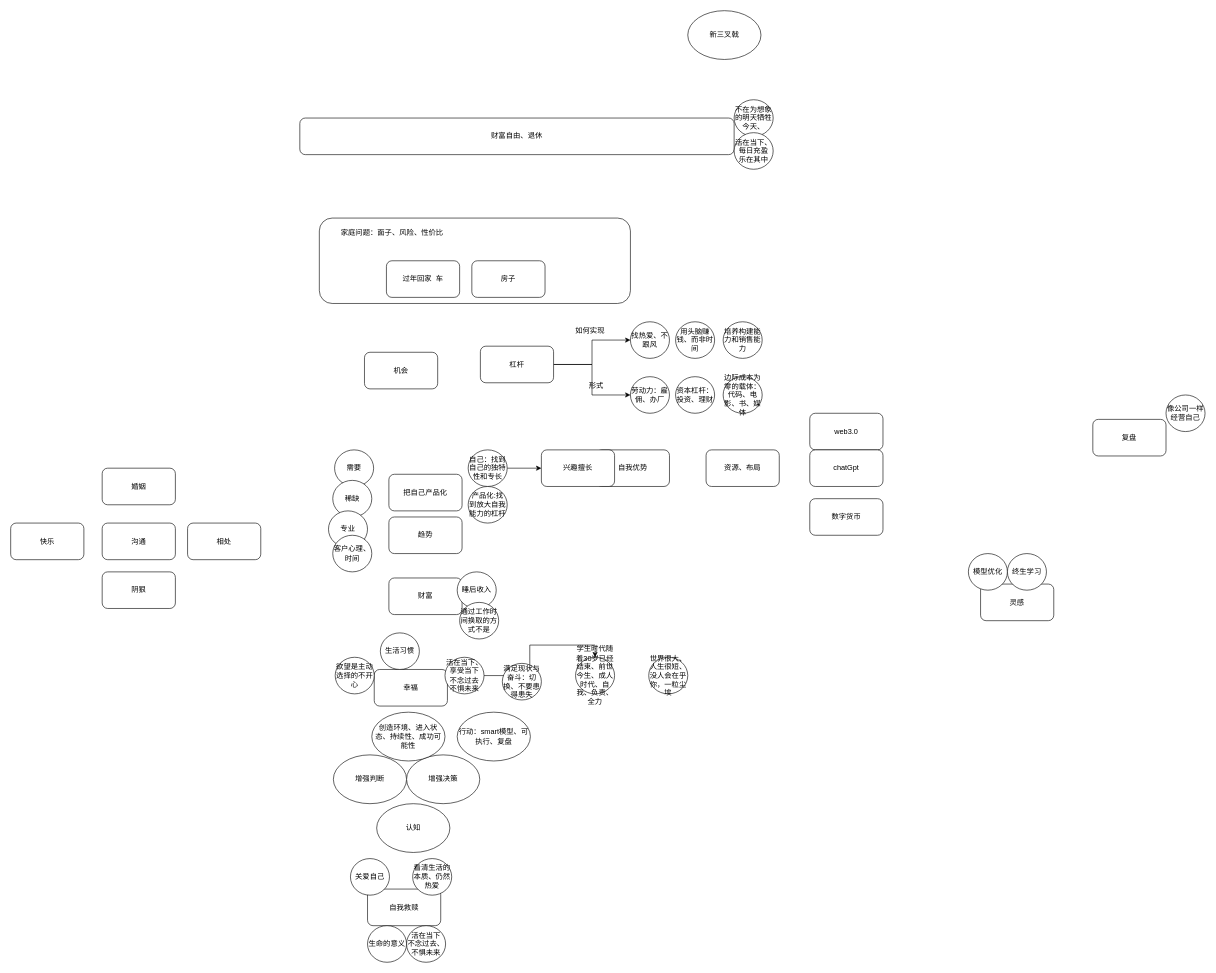
This is menus/财富幸福.drawio from Asamiyaa/microservice-k8s-yun, a draw.io file, before an edit. Source tidied: cells renumbered, new cells numbered last; positions are measured from the earlier drawing's top-left corner, leaving out a move shared by most shapes. Both pictures are drawn from the tidied source at 61%, with x=0, y=0 at pixel (10, 10).
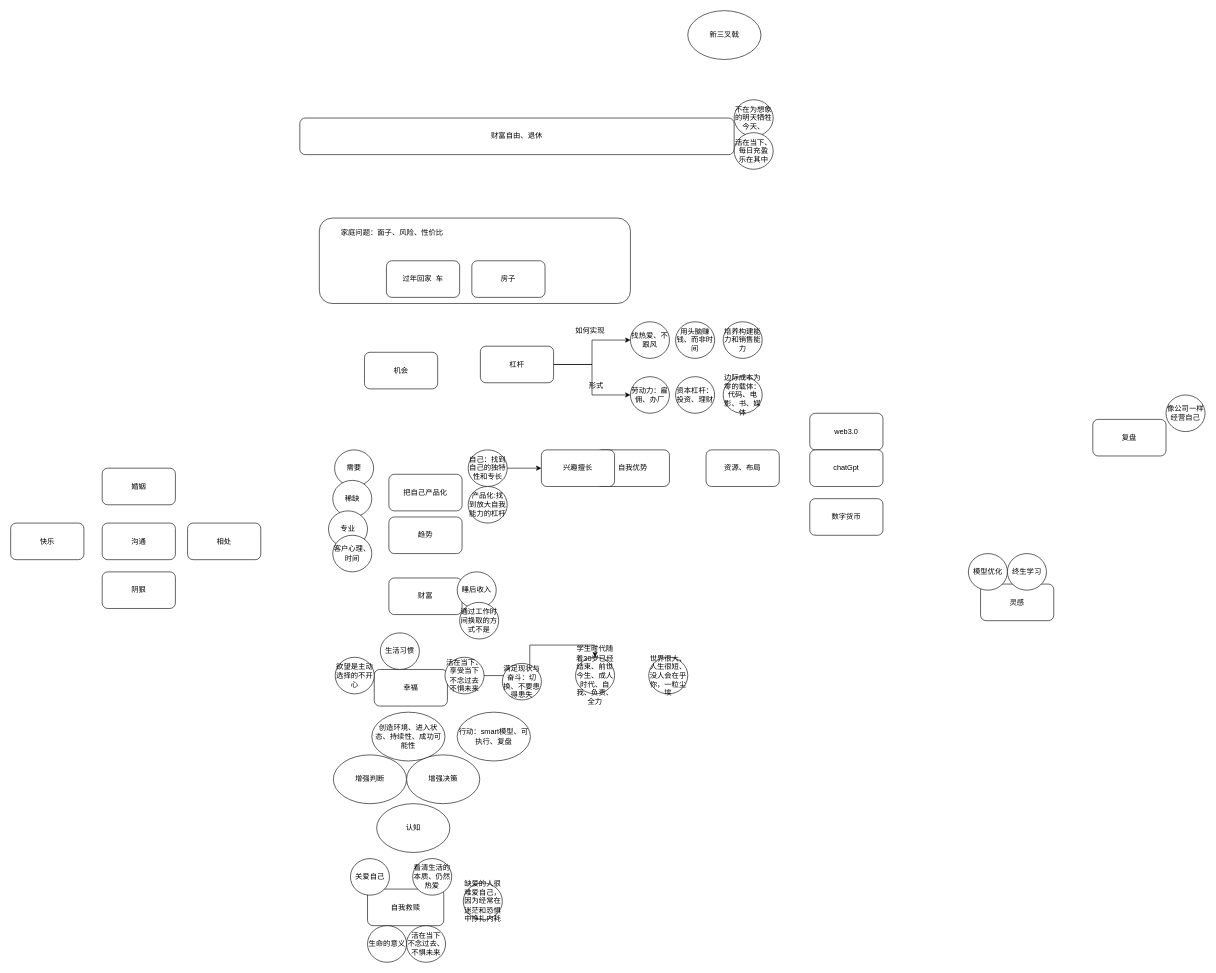
After the change.

Commit message:
更新财富幸福.drawio

Change to the diagram source:
```diff
@@
     <mxCell id="3" value="自我救赎" style="rounded=1;whiteSpace=wrap;html=1;" parent="1" vertex="1">
-      <mxGeometry x="585" y="1440" width="120" height="60" as="geometry" />
+      <mxGeometry x="585" y="1440" width="125" height="60" as="geometry" />
     </mxCell>
@@
+    <mxCell id="68" value="缺爱的人很难爱自己，因为经常在迷茫和恐惧中挣扎内耗" style="ellipse;whiteSpace=wrap;html=1;" parent="1" vertex="1">
+      <mxGeometry x="742" y="1430" width="64" height="60" as="geometry" />
+    </mxCell>
```
